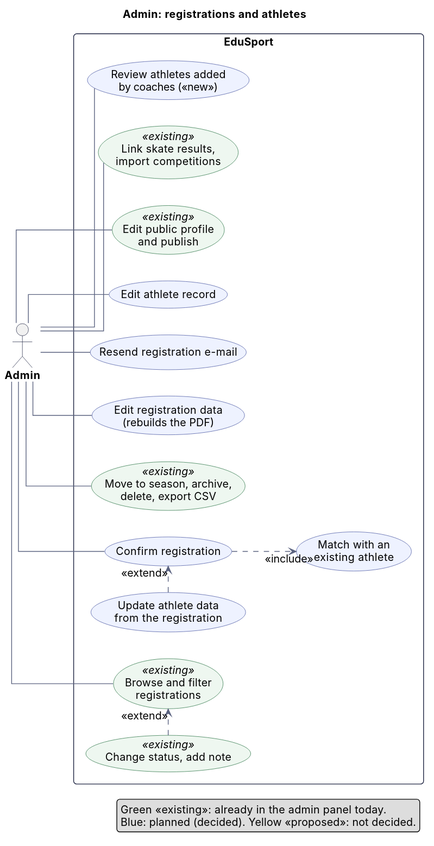
Above: docs/architecture/diagrams/02e-admin-registrations-athletes.svg in codrin-postu/edusport_backend (PlantUML), before the change. Source of this version:
```plantuml
@startuml
!include _style.iuml
left to right direction
title Admin: registrations and athletes
actor "Admin" as A
rectangle "EduSport" {
  usecase "Browse and filter\nregistrations" <<existing>> as Browse
  usecase "Change status, add note" <<existing>> as Status
  usecase "Move to season, archive,\ndelete, export CSV" <<existing>> as Bulk
  usecase "Edit registration data\n(rebuilds the PDF)" as EditReg
  usecase "Resend registration e-mail" as Resend
  usecase "Confirm registration" as Conf
  usecase "Match with an\nexisting athlete" as Match
  usecase "Update athlete data\nfrom the registration" as Upd
  usecase "Edit athlete record" as EditA
  usecase "Edit public profile\nand publish" <<existing>> as Pub
  usecase "Link skate results,\nimport competitions" <<existing>> as Skate
  usecase "Review athletes added\nby coaches («new»)" as Review
}
A -- Browse
A -- Bulk
A -- EditReg
A -- Resend
A -- Conf
A -- EditA
A -- Pub
A -- Skate
A -- Review
Status .> Browse : <<extend>>
Conf ..> Match : <<include>>
Upd .> Conf : <<extend>>
legend bottom right
  Green «existing»: already in the admin panel today.
  Blue: planned (decided). Yellow «proposed»: not decided.
endlegend
@enduml
```
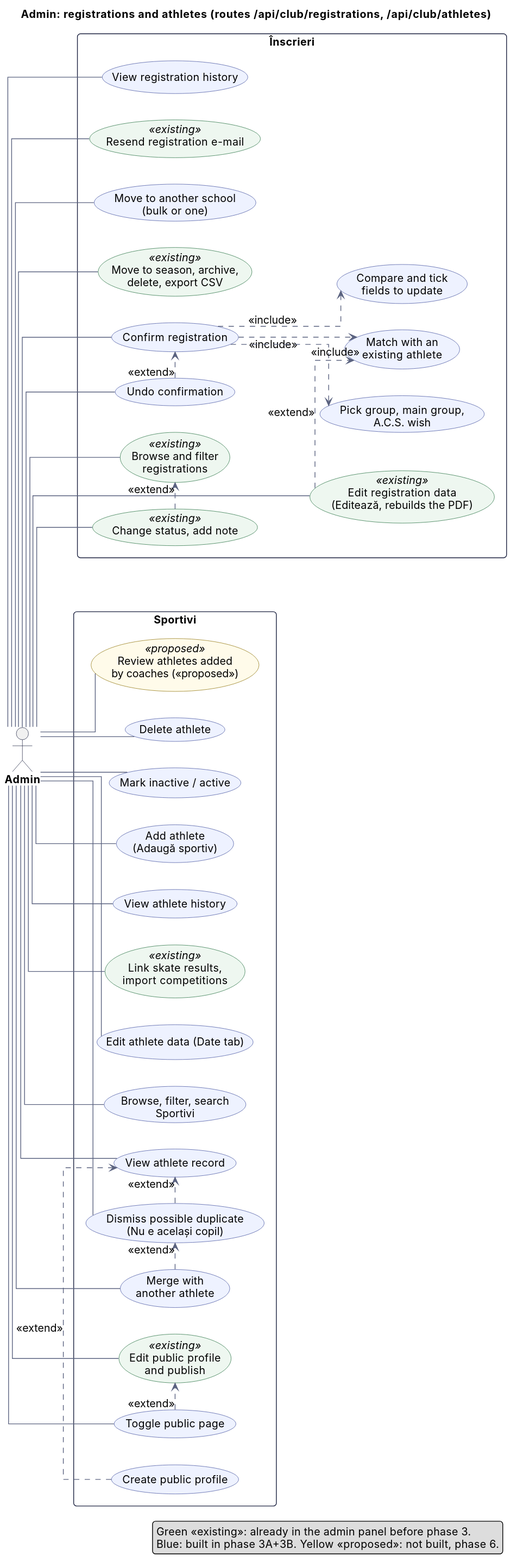
The same diagram one commit later.

What changed in the source:
```diff
@@ -1,36 +1,77 @@
 @startuml
 !include _style.iuml
 left to right direction
-title Admin: registrations and athletes
+title Admin: registrations and athletes (routes /api/club/registrations, /api/club/athletes)
 actor "Admin" as A
-rectangle "EduSport" {
+
+rectangle "Înscrieri" {
   usecase "Browse and filter\nregistrations" <<existing>> as Browse
   usecase "Change status, add note" <<existing>> as Status
   usecase "Move to season, archive,\ndelete, export CSV" <<existing>> as Bulk
-  usecase "Edit registration data\n(rebuilds the PDF)" as EditReg
-  usecase "Resend registration e-mail" as Resend
+  usecase "Move to another school\n(bulk or one)" as MoveSchool
+  usecase "Edit registration data\n(Editează, rebuilds the PDF)" <<existing>> as EditReg
+  usecase "Resend registration e-mail" <<existing>> as Resend
+  usecase "View registration history" as RegHist
+  usecase "Match with an\nexisting athlete" as Match
+  usecase "Compare and tick\nfields to update" as Compare
+  usecase "Pick group, main group,\nA.C.S. wish" as PickGroup
   usecase "Confirm registration" as Conf
-  usecase "Match with an\nexisting athlete" as Match
-  usecase "Update athlete data\nfrom the registration" as Upd
-  usecase "Edit athlete record" as EditA
+  usecase "Undo confirmation" as Undo
+}
+
+rectangle "Sportivi" {
+  usecase "Browse, filter, search\nSportivi" as List
+  usecase "View athlete record" as Record
+  usecase "Edit athlete data (Date tab)" as EditA
+  usecase "Create public profile" as CreateProf
   usecase "Edit public profile\nand publish" <<existing>> as Pub
+  usecase "Toggle public page" as Visibility
   usecase "Link skate results,\nimport competitions" <<existing>> as Skate
-  usecase "Review athletes added\nby coaches («new»)" as Review
+  usecase "View athlete history" as AHist
+  usecase "Add athlete\n(Adaugă sportiv)" as Add
+  usecase "Mark inactive / active" as MarkStatus
+  usecase "Dismiss possible duplicate\n(Nu e același copil)" as Dismiss
+  usecase "Merge with\nanother athlete" as Merge
+  usecase "Delete athlete" as Delete
+  usecase "Review athletes added\nby coaches («proposed»)" <<proposed>> as Review
 }
+
 A -- Browse
+A -- Status
 A -- Bulk
+A -- MoveSchool
 A -- EditReg
 A -- Resend
+A -- RegHist
 A -- Conf
+A -- Undo
+A -- List
+A -- Record
 A -- EditA
 A -- Pub
+A -- Visibility
 A -- Skate
+A -- AHist
+A -- Add
+A -- MarkStatus
+A -- Dismiss
+A -- Merge
+A -- Delete
 A -- Review
+
 Status .> Browse : <<extend>>
 Conf ..> Match : <<include>>
-Upd .> Conf : <<extend>>
+Conf ..> Compare : <<include>>
+Conf ..> PickGroup : <<include>>
+Undo .> Conf : <<extend>>
+EditReg .> Match : <<extend>>
+CreateProf .> Record : <<extend>>
+Visibility .> Pub : <<extend>>
+Dismiss .> Record : <<extend>>
+Merge .> Dismiss : <<extend>>
+
 legend bottom right
-  Green «existing»: already in the admin panel today.
-  Blue: planned (decided). Yellow «proposed»: not decided.
+  Green «existing»: already in the admin panel before phase 3.
+  Blue: built in phase 3A+3B. Yellow «proposed»: not built, phase 6.
 endlegend
 @enduml
```
